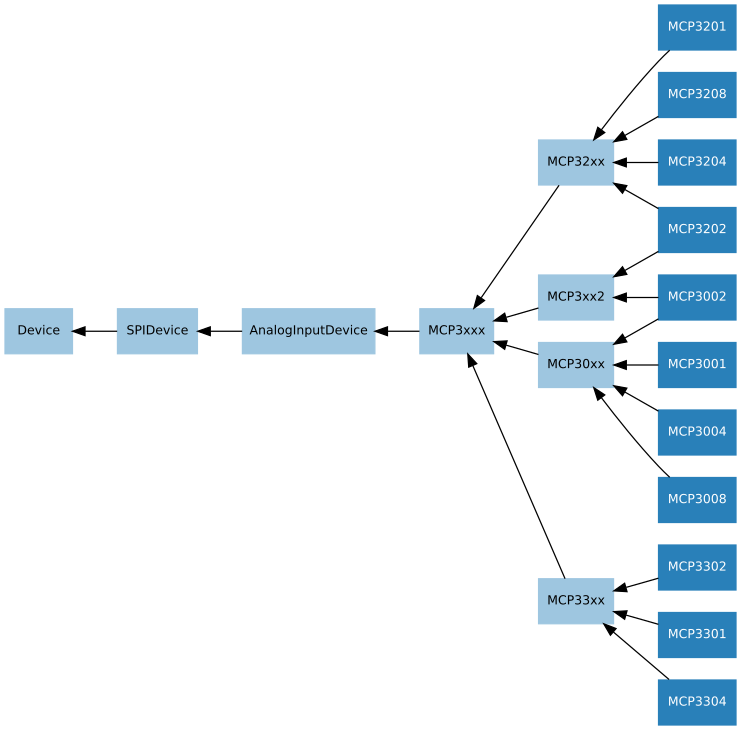
gpiozero/gpiozero keeps this Graphviz diagram as docs/images/spi_device_hierarchy.png. Above is the earlier version. Its source is kept beside it as docs/images/spi_device_hierarchy.dot.
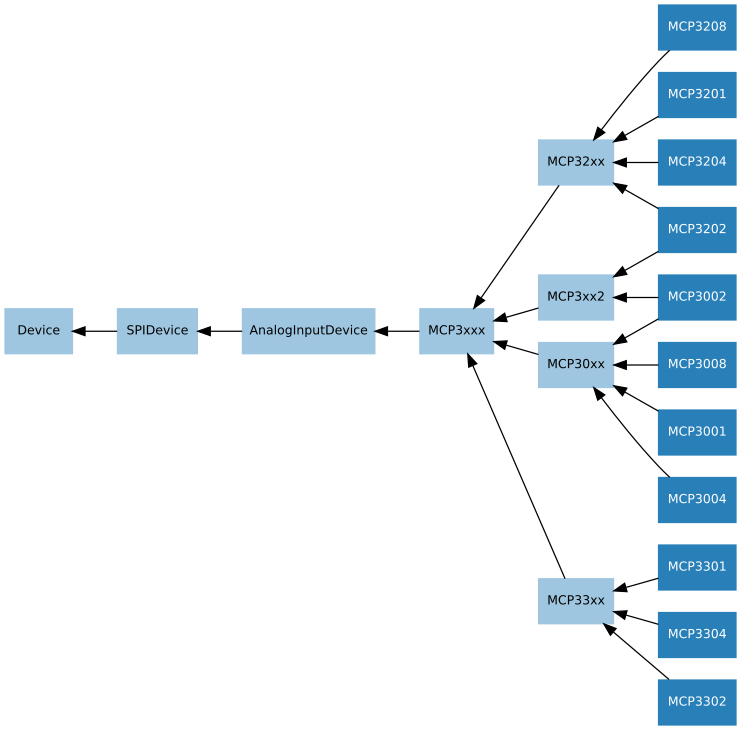
Later version of the same file.

What changed in the source:
```diff
@@ -11,36 +11,36 @@
     /* Abstract classes */
     node [color="#9ec6e0", fontcolor="#000000"]
 
-    MCP33xx;
-    SPIDevice;
     MCP3xx2;
-    MCP3xxx;
-    MCP30xx;
     Device;
     AnalogInputDevice;
+    SPIDevice;
     MCP32xx;
+    MCP30xx;
+    MCP3xxx;
+    MCP33xx;
 
     /* Concrete classes */
     node [color="#2980b9", fontcolor="#ffffff"];
 
-    MCP3001->MCP30xx;
-    MCP3201->MCP32xx;
-    SPIDevice->Device;
-    MCP3302->MCP33xx;
-    MCP3004->MCP30xx;
-    MCP3202->MCP3xx2;
-    MCP3202->MCP32xx;
-    MCP3xx2->MCP3xxx;
-    MCP33xx->MCP3xxx;
-    MCP3208->MCP32xx;
-    MCP3008->MCP30xx;
-    MCP3204->MCP32xx;
-    MCP3xxx->AnalogInputDevice;
     MCP3301->MCP33xx;
     MCP3002->MCP3xx2;
     MCP3002->MCP30xx;
+    MCP3008->MCP30xx;
+    MCP3208->MCP32xx;
+    MCP3201->MCP32xx;
+    MCP3001->MCP30xx;
+    MCP3004->MCP30xx;
+    MCP3202->MCP32xx;
+    MCP3202->MCP3xx2;
+    MCP3204->MCP32xx;
+    MCP3304->MCP33xx;
+    MCP32xx->MCP3xxx;
+    AnalogInputDevice->SPIDevice;
+    MCP3xx2->MCP3xxx;
+    MCP3xxx->AnalogInputDevice;
     MCP30xx->MCP3xxx;
-    AnalogInputDevice->SPIDevice;
-    MCP32xx->MCP3xxx;
-    MCP3304->MCP33xx;
+    MCP3302->MCP33xx;
+    SPIDevice->Device;
+    MCP33xx->MCP3xxx;
 }
```
